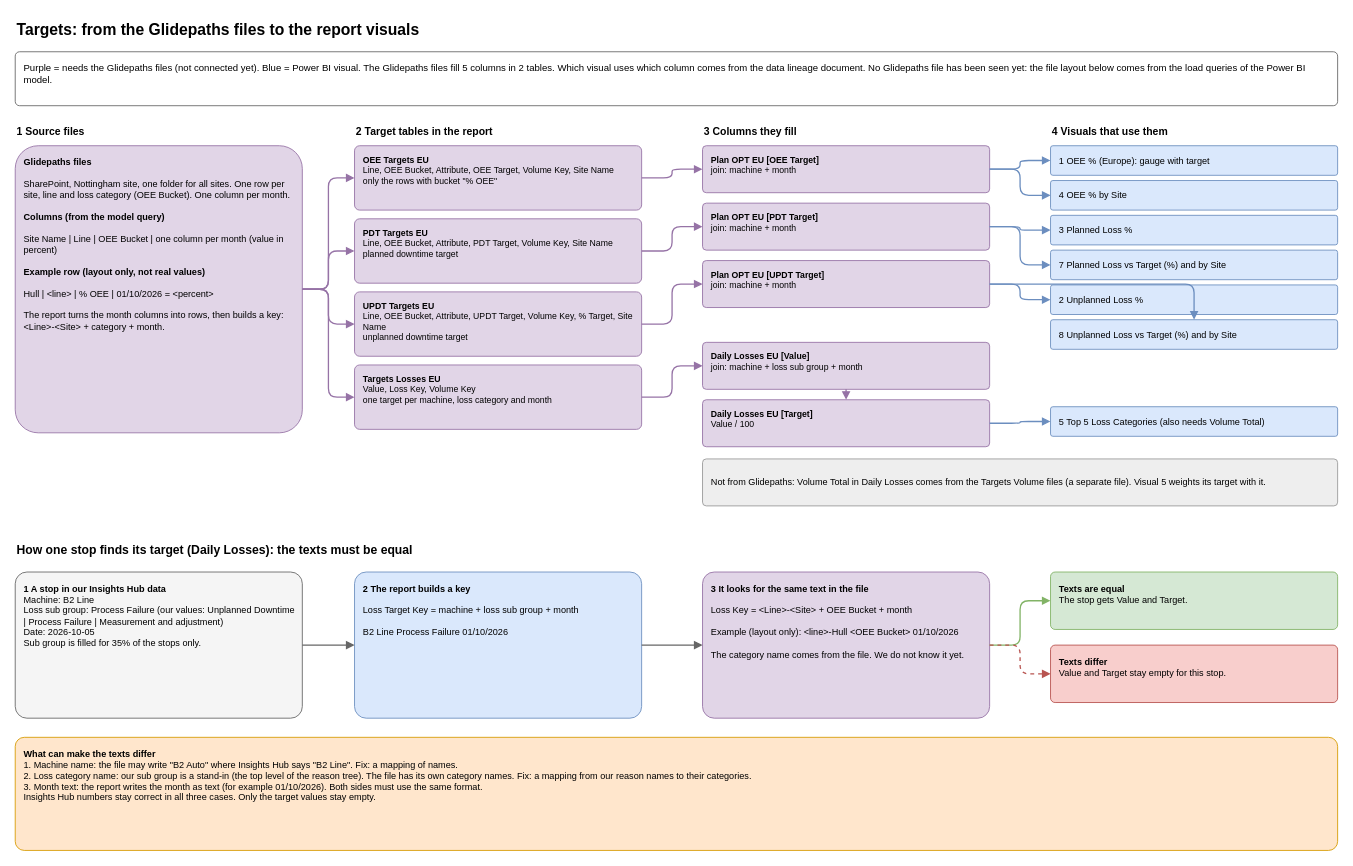
AbiyyuMufti/SIH-IBMX-R keeps this draw.io diagram as page "Explanation Targets (Glidepaths)" (8 of 10) of diagrams/powerbi-data-map.drawio. Above is the earlier version. Source tidied: cells renumbered, new cells numbered last; positions are measured from the earlier drawing's top-left corner, leaving out a move shared by most shapes. Both pictures are drawn from the tidied source at 87%, with x=0, y=0 at pixel (15, 15).
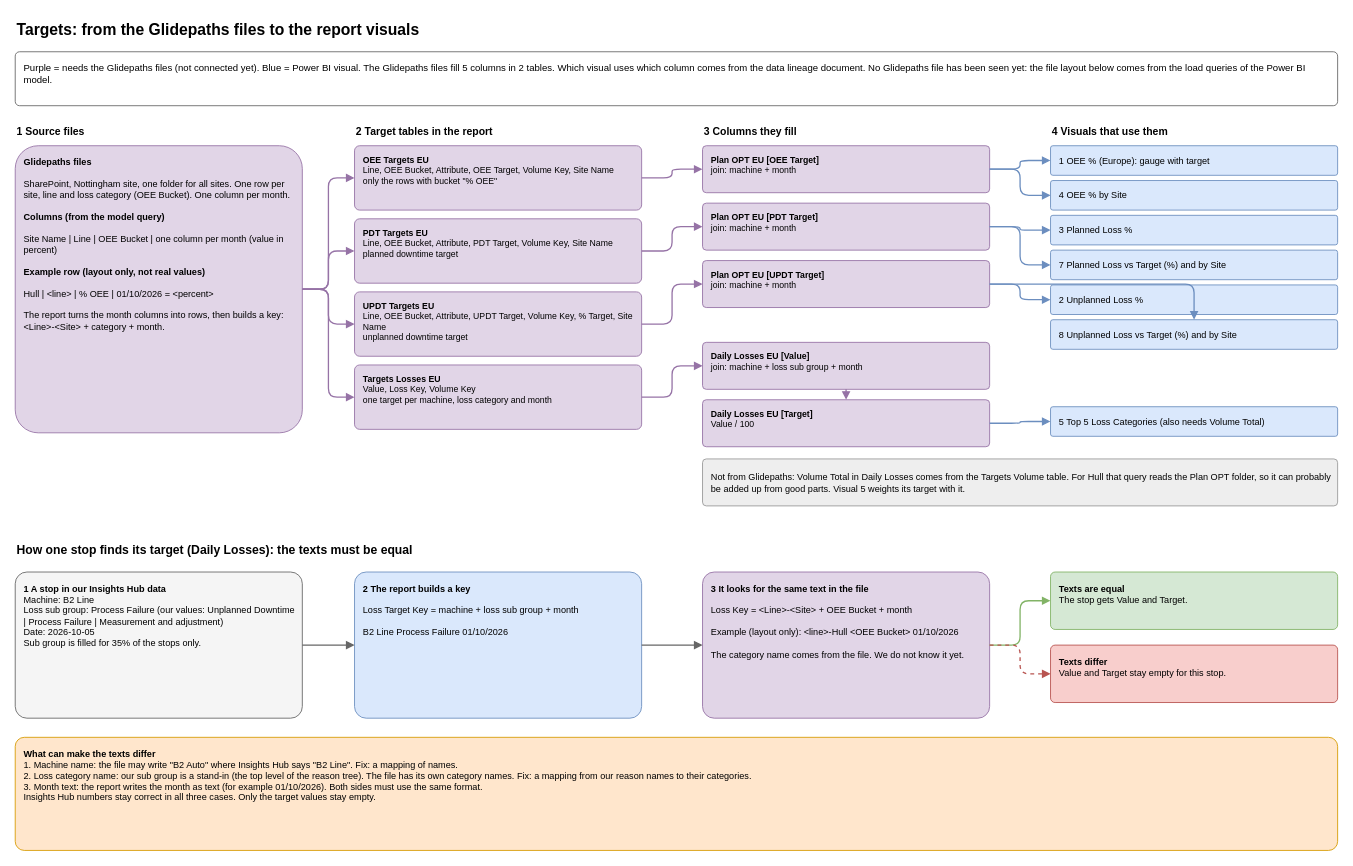
After the change.

Commit message (it also covers changes not shown here):
Diagram: Provideam vs Insights Hub overlap sheet; fix Volume Total note

Change to the diagram source:
```diff
@@
-    <mxCell id="41" value="Not from Glidepaths: Volume Total in Daily Losses comes from the Targets Volume files (a separate file). Visual 5 weights its target with it." style="rounded=1;whiteSpace=wrap;html=1;align=left;verticalAlign=middle;spacingLeft=8;spacingRight=6;spacingTop=2;spacingBottom=2;fontSize=11;arcSize=8;fillColor=#eeeeee;strokeColor=#999999;fontSize=10.5;" parent="1" vertex="1">
+    <mxCell id="41" value="Not from Glidepaths: Volume Total in Daily Losses comes from the Targets Volume table. For Hull that query reads the Plan OPT folder, so it can probably be added up from good parts. Visual 5 weights its target with it." style="rounded=1;whiteSpace=wrap;html=1;align=left;verticalAlign=middle;spacingLeft=8;spacingRight=6;spacingTop=2;spacingBottom=2;fontSize=11;arcSize=8;fillColor=#eeeeee;strokeColor=#999999;fontSize=10.5;" parent="1" vertex="1">
       <mxGeometry x="790" y="510" width="730" height="54" as="geometry" />
     </mxCell>
```
